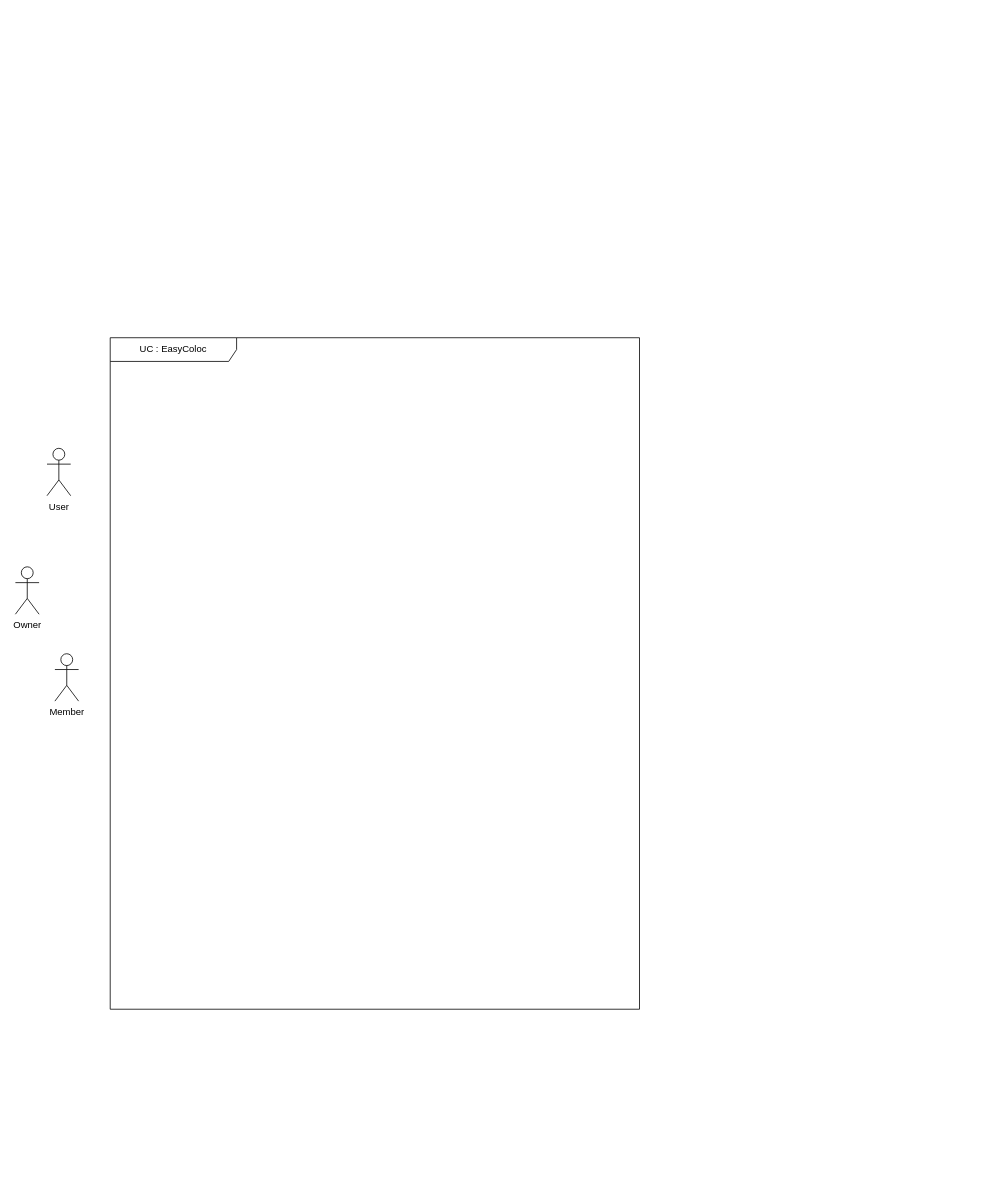
Above: UML/classDiagram.drawio in mo24ali/easycoloc (draw.io), before the change. Source tidied: cells renumbered, new cells numbered last; positions are measured from the earlier drawing's top-left corner, leaving out a move shared by most shapes. Both pictures are drawn from the tidied source at 79%, with x=0, y=0 at pixel (15, 337).
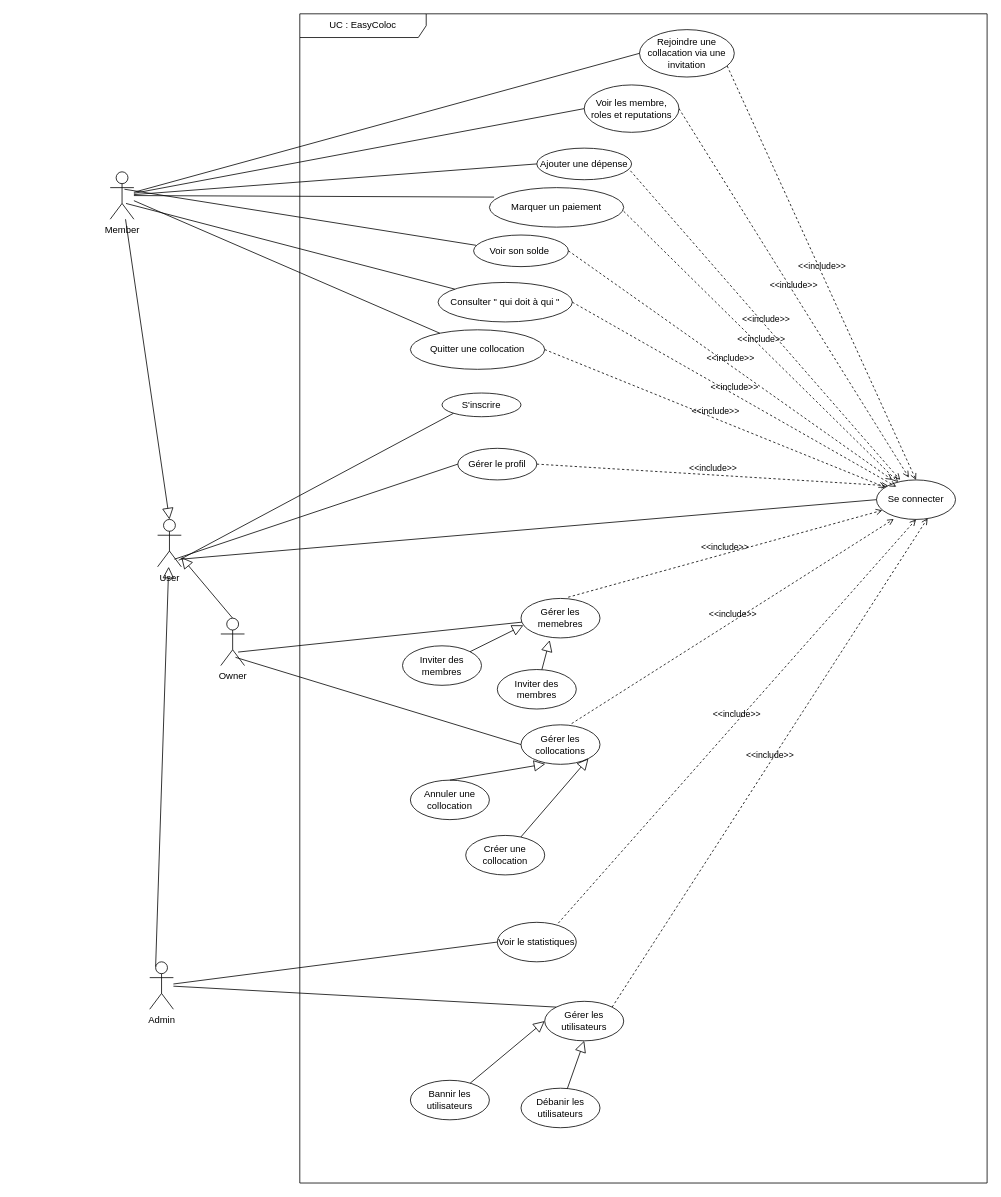
Above is the later version.

Commit message:
Use Case Diagram v1.0

What changed in the source:
```diff
@@
     <mxCell id="2" value="UC : EasyColoc" style="shape=umlFrame;whiteSpace=wrap;html=1;width=160;" parent="1" vertex="1">
-      <mxGeometry x="120" width="670" height="850" as="geometry" />
+      <mxGeometry x="360" y="-410" width="870" height="1480" as="geometry" />
     </mxCell>
+    <mxCell id="6" value="Se connecter" style="ellipse;whiteSpace=wrap;html=1;" parent="2" vertex="1">
+      <mxGeometry x="730" y="590" width="100" height="50" as="geometry" />
+    </mxCell>
+    <mxCell id="7" value="S'inscrire" style="ellipse;whiteSpace=wrap;html=1;" parent="2" vertex="1">
+      <mxGeometry x="180" y="480" width="100" height="30" as="geometry" />
+    </mxCell>
+    <mxCell id="8" value="Gérer le profil" style="ellipse;whiteSpace=wrap;html=1;" parent="2" vertex="1">
+      <mxGeometry x="200" y="550" width="100" height="40" as="geometry" />
+    </mxCell>
+    <mxCell id="9" value="&amp;lt;&amp;lt;include&amp;gt;&amp;gt;" style="edgeStyle=none;html=1;endArrow=open;verticalAlign=bottom;dashed=1;labelBackgroundColor=none;exitX=1;exitY=0.5;exitDx=0;exitDy=0;entryX=0;entryY=0;entryDx=0;entryDy=0;" parent="2" edge="1" source="8" target="6">
+      <mxGeometry relative="1" as="geometry" />
+    </mxCell>
+    <mxCell id="10" value="Créer une collocation" style="ellipse;whiteSpace=wrap;html=1;" parent="2" vertex="1">
+      <mxGeometry x="210" y="1040" width="100" height="50" as="geometry" />
+    </mxCell>
+    <mxCell id="11" value="Inviter des membres" style="ellipse;whiteSpace=wrap;html=1;" parent="2" vertex="1">
+      <mxGeometry x="250" y="830" width="100" height="50" as="geometry" />
+    </mxCell>
+    <mxCell id="12" value="Inviter des membres" style="ellipse;whiteSpace=wrap;html=1;" parent="2" vertex="1">
+      <mxGeometry x="130" y="800" width="100" height="50" as="geometry" />
+    </mxCell>
+    <mxCell id="13" value="Gérer les memebres" style="ellipse;whiteSpace=wrap;html=1;" parent="2" vertex="1">
+      <mxGeometry x="280" y="740" width="100" height="50" as="geometry" />
+    </mxCell>
+    <mxCell id="14" value="Gérer les collocations" style="ellipse;whiteSpace=wrap;html=1;" parent="2" vertex="1">
+      <mxGeometry x="280" y="900" width="100" height="50" as="geometry" />
+    </mxCell>
+    <mxCell id="15" value="Annuler une collocation" style="ellipse;whiteSpace=wrap;html=1;" parent="2" vertex="1">
+      <mxGeometry x="140" y="970" width="100" height="50" as="geometry" />
+    </mxCell>
+    <mxCell id="16" style="edgeStyle=none;html=1;endArrow=block;endFill=0;endSize=12;verticalAlign=bottom;entryX=1;entryY=1;entryDx=0;entryDy=0;" parent="2" edge="1" source="10" target="14">
+      <mxGeometry relative="1" as="geometry" />
+    </mxCell>
+    <mxCell id="17" style="edgeStyle=none;html=1;endArrow=block;endFill=0;endSize=12;verticalAlign=bottom;entryX=0.308;entryY=0.991;entryDx=0;entryDy=0;exitX=0.5;exitY=0;exitDx=0;exitDy=0;entryPerimeter=0;" parent="2" edge="1" source="15" target="14">
+      <mxGeometry relative="1" as="geometry" />
+    </mxCell>
+    <mxCell id="18" style="edgeStyle=none;html=1;endArrow=block;endFill=0;endSize=12;verticalAlign=bottom;entryX=0.363;entryY=1.058;entryDx=0;entryDy=0;entryPerimeter=0;" parent="2" edge="1" source="11" target="13">
+      <mxGeometry relative="1" as="geometry" />
+    </mxCell>
+    <mxCell id="19" style="edgeStyle=none;html=1;endArrow=block;endFill=0;endSize=12;verticalAlign=bottom;entryX=0.03;entryY=0.68;entryDx=0;entryDy=0;entryPerimeter=0;" parent="2" edge="1" source="12" target="13">
+      <mxGeometry relative="1" as="geometry" />
+    </mxCell>
+    <mxCell id="20" value="&amp;lt;&amp;lt;include&amp;gt;&amp;gt;" style="edgeStyle=none;html=1;endArrow=open;verticalAlign=bottom;dashed=1;labelBackgroundColor=none;exitX=0.597;exitY=-0.031;exitDx=0;exitDy=0;entryX=0.074;entryY=0.769;entryDx=0;entryDy=0;exitPerimeter=0;entryPerimeter=0;" parent="2" edge="1" source="13" target="6">
+      <mxGeometry relative="1" as="geometry" />
+    </mxCell>
+    <mxCell id="21" value="&amp;lt;&amp;lt;include&amp;gt;&amp;gt;" style="edgeStyle=none;html=1;endArrow=open;verticalAlign=bottom;dashed=1;labelBackgroundColor=none;exitX=0.641;exitY=-0.031;exitDx=0;exitDy=0;entryX=0.219;entryY=0.991;entryDx=0;entryDy=0;exitPerimeter=0;entryPerimeter=0;" parent="2" edge="1" source="14" target="6">
+      <mxGeometry relative="1" as="geometry" />
+    </mxCell>
+    <mxCell id="22" value="Voir le statistiques" style="ellipse;whiteSpace=wrap;html=1;" parent="2" vertex="1">
+      <mxGeometry x="250" y="1150" width="100" height="50" as="geometry" />
+    </mxCell>
+    <mxCell id="23" value="Débanir les utilisateurs" style="ellipse;whiteSpace=wrap;html=1;" parent="2" vertex="1">
+      <mxGeometry x="280" y="1360" width="100" height="50" as="geometry" />
+    </mxCell>
+    <mxCell id="24" value="Gérer les utilisateurs" style="ellipse;whiteSpace=wrap;html=1;" parent="2" vertex="1">
+      <mxGeometry x="310" y="1250" width="100" height="50" as="geometry" />
+    </mxCell>
+    <mxCell id="25" value="Bannir les utilisateurs" style="ellipse;whiteSpace=wrap;html=1;" parent="2" vertex="1">
+      <mxGeometry x="140" y="1350" width="100" height="50" as="geometry" />
+    </mxCell>
+    <mxCell id="26" style="edgeStyle=none;html=1;endArrow=block;endFill=0;endSize=12;verticalAlign=bottom;entryX=0;entryY=0.5;entryDx=0;entryDy=0;" parent="2" edge="1" source="25" target="24">
+      <mxGeometry relative="1" as="geometry" />
+    </mxCell>
+    <mxCell id="27" style="edgeStyle=none;html=1;endArrow=block;endFill=0;endSize=12;verticalAlign=bottom;entryX=0.5;entryY=1;entryDx=0;entryDy=0;" parent="2" edge="1" source="23" target="24">
+      <mxGeometry relative="1" as="geometry" />
+    </mxCell>
+    <mxCell id="28" value="&amp;lt;&amp;lt;include&amp;gt;&amp;gt;" style="edgeStyle=none;html=1;endArrow=open;verticalAlign=bottom;dashed=1;labelBackgroundColor=none;exitX=0.772;exitY=0.02;exitDx=0;exitDy=0;entryX=0.5;entryY=1;entryDx=0;entryDy=0;exitPerimeter=0;" parent="2" edge="1" source="22" target="6">
+      <mxGeometry relative="1" as="geometry" />
+    </mxCell>
+    <mxCell id="29" value="&amp;lt;&amp;lt;include&amp;gt;&amp;gt;" style="edgeStyle=none;html=1;endArrow=open;verticalAlign=bottom;dashed=1;labelBackgroundColor=none;exitX=1;exitY=0;exitDx=0;exitDy=0;entryX=0.647;entryY=0.97;entryDx=0;entryDy=0;entryPerimeter=0;" parent="2" edge="1" source="24" target="6">
+      <mxGeometry relative="1" as="geometry" />
+    </mxCell>
+    <mxCell id="30" value="Rejoindre une collacation via une invitation" style="ellipse;whiteSpace=wrap;html=1;" parent="2" vertex="1">
+      <mxGeometry x="430" y="20" width="120" height="60" as="geometry" />
+    </mxCell>
+    <mxCell id="31" value="Voir les membre, roles et reputations" style="ellipse;whiteSpace=wrap;html=1;" parent="2" vertex="1">
+      <mxGeometry x="360" y="90" width="120" height="60" as="geometry" />
+    </mxCell>
+    <mxCell id="32" value="Ajouter une dépense" style="ellipse;whiteSpace=wrap;html=1;" parent="2" vertex="1">
+      <mxGeometry x="300" y="170" width="120" height="40" as="geometry" />
+    </mxCell>
+    <mxCell id="33" value="Voir son solde&amp;nbsp;" style="ellipse;whiteSpace=wrap;html=1;" parent="2" vertex="1">
+      <mxGeometry x="220" y="280" width="120" height="40" as="geometry" />
+    </mxCell>
+    <mxCell id="34" value="Consulter &quot; qui doit à qui &quot;" style="ellipse;whiteSpace=wrap;html=1;" parent="2" vertex="1">
+      <mxGeometry x="175" y="340" width="170" height="50" as="geometry" />
+    </mxCell>
+    <mxCell id="35" value="Marquer un paiement" style="ellipse;whiteSpace=wrap;html=1;" parent="2" vertex="1">
+      <mxGeometry x="240" y="220" width="170" height="50" as="geometry" />
+    </mxCell>
+    <mxCell id="36" value="Quitter une collocation" style="ellipse;whiteSpace=wrap;html=1;" parent="2" vertex="1">
+      <mxGeometry x="140" y="400" width="170" height="50" as="geometry" />
+    </mxCell>
+    <mxCell id="37" value="&amp;lt;&amp;lt;include&amp;gt;&amp;gt;" style="edgeStyle=none;html=1;endArrow=open;verticalAlign=bottom;dashed=1;labelBackgroundColor=none;exitX=0.925;exitY=0.767;exitDx=0;exitDy=0;entryX=0.5;entryY=0;entryDx=0;entryDy=0;exitPerimeter=0;" parent="2" edge="1" source="30" target="6">
+      <mxGeometry relative="1" as="geometry" />
+    </mxCell>
+    <mxCell id="38" value="&amp;lt;&amp;lt;include&amp;gt;&amp;gt;" style="edgeStyle=none;html=1;endArrow=open;verticalAlign=bottom;dashed=1;labelBackgroundColor=none;exitX=1;exitY=0.5;exitDx=0;exitDy=0;entryX=0.41;entryY=-0.06;entryDx=0;entryDy=0;entryPerimeter=0;" parent="2" edge="1" source="31" target="6">
+      <mxGeometry relative="1" as="geometry" />
+    </mxCell>
+    <mxCell id="39" value="&amp;lt;&amp;lt;include&amp;gt;&amp;gt;" style="edgeStyle=none;html=1;endArrow=open;verticalAlign=bottom;dashed=1;labelBackgroundColor=none;exitX=0.988;exitY=0.718;exitDx=0;exitDy=0;entryX=0.3;entryY=0;entryDx=0;entryDy=0;entryPerimeter=0;exitPerimeter=0;" parent="2" edge="1" source="32" target="6">
+      <mxGeometry relative="1" as="geometry" />
+    </mxCell>
+    <mxCell id="40" value="&amp;lt;&amp;lt;include&amp;gt;&amp;gt;" style="edgeStyle=none;html=1;endArrow=open;verticalAlign=bottom;dashed=1;labelBackgroundColor=none;exitX=1;exitY=0.6;exitDx=0;exitDy=0;exitPerimeter=0;" parent="2" edge="1" source="35" target="6">
+      <mxGeometry relative="1" as="geometry" />
+    </mxCell>
+    <mxCell id="41" value="&amp;lt;&amp;lt;include&amp;gt;&amp;gt;" style="edgeStyle=none;html=1;endArrow=open;verticalAlign=bottom;dashed=1;labelBackgroundColor=none;exitX=1;exitY=0.5;exitDx=0;exitDy=0;" parent="2" edge="1" source="33">
+      <mxGeometry relative="1" as="geometry">
+        <mxPoint x="750" y="590" as="targetPoint" />
+      </mxGeometry>
+    </mxCell>
+    <mxCell id="42" value="&amp;lt;&amp;lt;include&amp;gt;&amp;gt;" style="edgeStyle=none;html=1;endArrow=open;verticalAlign=bottom;dashed=1;labelBackgroundColor=none;exitX=1;exitY=0.5;exitDx=0;exitDy=0;entryX=0.251;entryY=0.174;entryDx=0;entryDy=0;entryPerimeter=0;" parent="2" edge="1" source="34" target="6">
+      <mxGeometry relative="1" as="geometry" />
+    </mxCell>
+    <mxCell id="43" value="&amp;lt;&amp;lt;include&amp;gt;&amp;gt;" style="edgeStyle=none;html=1;endArrow=open;verticalAlign=bottom;dashed=1;labelBackgroundColor=none;exitX=1;exitY=0.5;exitDx=0;exitDy=0;" parent="2" edge="1" source="36" target="6">
+      <mxGeometry relative="1" as="geometry" />
+    </mxCell>
+    <mxCell id="5" value="Member" style="shape=umlActor;verticalLabelPosition=bottom;verticalAlign=top;html=1;" parent="1" vertex="1">
+      <mxGeometry x="120" y="-210" width="30" height="60" as="geometry" />
+    </mxCell>
     <mxCell id="3" value="User" style="shape=umlActor;verticalLabelPosition=bottom;verticalAlign=top;html=1;" parent="1" vertex="1">
-      <mxGeometry x="40" y="140" width="30" height="60" as="geometry" />
+      <mxGeometry x="180" y="230" width="30" height="60" as="geometry" />
     </mxCell>
+    <mxCell id="44" style="edgeStyle=none;html=1;endArrow=none;verticalAlign=bottom;exitX=0.889;exitY=0.861;exitDx=0;exitDy=0;exitPerimeter=0;entryX=0;entryY=1;entryDx=0;entryDy=0;" parent="1" edge="1" source="3" target="7">
+      <mxGeometry relative="1" as="geometry" />
+    </mxCell>
+    <mxCell id="45" style="edgeStyle=none;html=1;endArrow=none;verticalAlign=bottom;exitX=0.978;exitY=0.839;exitDx=0;exitDy=0;exitPerimeter=0;entryX=0;entryY=0.5;entryDx=0;entryDy=0;" parent="1" edge="1" source="3" target="6">
+      <mxGeometry relative="1" as="geometry" />
+    </mxCell>
+    <mxCell id="46" style="edgeStyle=none;html=1;endArrow=block;endFill=0;endSize=12;verticalAlign=bottom;exitX=0.5;exitY=0;exitDx=0;exitDy=0;exitPerimeter=0;" parent="1" edge="1" source="4" target="3">
+      <mxGeometry relative="1" as="geometry" />
+    </mxCell>
+    <mxCell id="47" style="edgeStyle=none;html=1;endArrow=none;verticalAlign=bottom;entryX=0;entryY=0.5;entryDx=0;entryDy=0;exitX=0.711;exitY=0.839;exitDx=0;exitDy=0;exitPerimeter=0;" parent="1" edge="1" source="3" target="8">
+      <mxGeometry relative="1" as="geometry" />
+    </mxCell>
     <mxCell id="4" value="Owner" style="shape=umlActor;verticalLabelPosition=bottom;verticalAlign=top;html=1;" parent="1" vertex="1">
-      <mxGeometry y="290" width="30" height="60" as="geometry" />
+      <mxGeometry x="260" y="355" width="30" height="60" as="geometry" />
     </mxCell>
-    <mxCell id="5" value="Member" style="shape=umlActor;verticalLabelPosition=bottom;verticalAlign=top;html=1;" parent="1" vertex="1">
-      <mxGeometry x="50" y="400" width="30" height="60" as="geometry" />
-    </mxCell>
+    <mxCell id="48" style="edgeStyle=none;html=1;endArrow=none;verticalAlign=bottom;exitX=0.73;exitY=0.715;exitDx=0;exitDy=0;exitPerimeter=0;" parent="1" edge="1" source="4" target="13">
+      <mxGeometry relative="1" as="geometry" />
+    </mxCell>
+    <mxCell id="49" style="edgeStyle=none;html=1;endArrow=none;verticalAlign=bottom;exitX=0.619;exitY=0.826;exitDx=0;exitDy=0;exitPerimeter=0;entryX=0;entryY=0.5;entryDx=0;entryDy=0;" parent="1" edge="1" source="4" target="14">
+      <mxGeometry relative="1" as="geometry" />
+    </mxCell>
+    <mxCell id="50" value="Admin" style="shape=umlActor;verticalLabelPosition=bottom;verticalAlign=top;html=1;" parent="1" vertex="1">
+      <mxGeometry x="170" y="790" width="30" height="60" as="geometry" />
+    </mxCell>
+    <mxCell id="51" style="edgeStyle=none;html=1;endArrow=none;verticalAlign=bottom;entryX=0;entryY=0.5;entryDx=0;entryDy=0;" parent="1" edge="1" source="50" target="22">
+      <mxGeometry relative="1" as="geometry" />
+    </mxCell>
+    <mxCell id="52" style="edgeStyle=none;html=1;endArrow=none;verticalAlign=bottom;entryX=0;entryY=0;entryDx=0;entryDy=0;" parent="1" edge="1" source="50" target="24">
+      <mxGeometry relative="1" as="geometry" />
+    </mxCell>
+    <mxCell id="53" style="edgeStyle=none;html=1;endArrow=block;endFill=0;endSize=12;verticalAlign=bottom;exitX=0.25;exitY=0.1;exitDx=0;exitDy=0;exitPerimeter=0;" parent="1" edge="1" source="50" target="3">
+      <mxGeometry relative="1" as="geometry" />
+    </mxCell>
+    <mxCell id="54" style="edgeStyle=none;html=1;endArrow=block;endFill=0;endSize=12;verticalAlign=bottom;entryX=0.5;entryY=0;entryDx=0;entryDy=0;entryPerimeter=0;" parent="1" edge="1" source="5" target="3">
+      <mxGeometry relative="1" as="geometry" />
+    </mxCell>
+    <mxCell id="55" style="edgeStyle=none;html=1;endArrow=none;verticalAlign=bottom;entryX=0;entryY=0.5;entryDx=0;entryDy=0;" parent="1" edge="1" source="5" target="30">
+      <mxGeometry relative="1" as="geometry" />
+    </mxCell>
+    <mxCell id="56" style="edgeStyle=none;html=1;endArrow=none;verticalAlign=bottom;entryX=0;entryY=0.5;entryDx=0;entryDy=0;" parent="1" edge="1" source="5" target="31">
+      <mxGeometry relative="1" as="geometry" />
+    </mxCell>
+    <mxCell id="57" style="edgeStyle=none;html=1;endArrow=none;verticalAlign=bottom;entryX=0;entryY=0.5;entryDx=0;entryDy=0;" parent="1" edge="1" source="5" target="32">
+      <mxGeometry relative="1" as="geometry" />
+    </mxCell>
+    <mxCell id="58" style="edgeStyle=none;html=1;endArrow=none;verticalAlign=bottom;entryX=0.035;entryY=0.24;entryDx=0;entryDy=0;entryPerimeter=0;" parent="1" edge="1" source="5" target="35">
+      <mxGeometry relative="1" as="geometry" />
+    </mxCell>
+    <mxCell id="59" style="edgeStyle=none;html=1;endArrow=none;verticalAlign=bottom;exitX=0.6;exitY=0.367;exitDx=0;exitDy=0;exitPerimeter=0;entryX=0.025;entryY=0.325;entryDx=0;entryDy=0;entryPerimeter=0;" parent="1" edge="1" source="5" target="33">
+      <mxGeometry relative="1" as="geometry" />
+    </mxCell>
+    <mxCell id="60" style="edgeStyle=none;html=1;endArrow=none;verticalAlign=bottom;exitX=0.667;exitY=0.667;exitDx=0;exitDy=0;exitPerimeter=0;" parent="1" edge="1" source="5" target="34">
+      <mxGeometry relative="1" as="geometry" />
+    </mxCell>
+    <mxCell id="61" style="edgeStyle=none;html=1;endArrow=none;verticalAlign=bottom;" parent="1" edge="1" source="5" target="36">
+      <mxGeometry relative="1" as="geometry" />
+    </mxCell>
```
